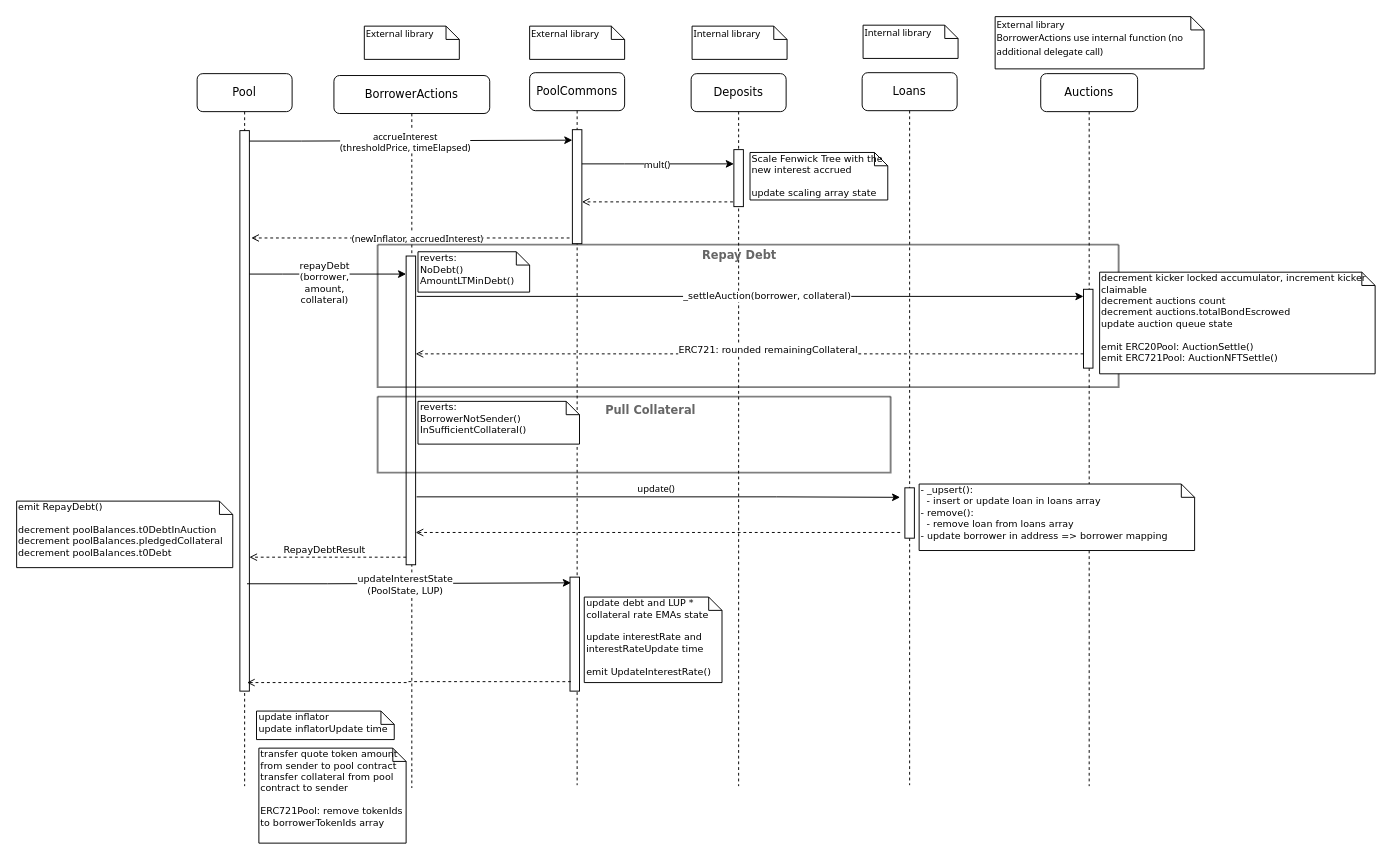
Earlier version of the draw.io diagram docs/drawio/repayDebt.drawio (ajna-finance/ajna-core). Source tidied: cells renumbered, new cells numbered last; positions are measured from the earlier drawing's top-left corner, leaving out a move shared by most shapes. Both pictures are drawn from the tidied source at 95%, with x=0, y=0 at pixel (16, 16).
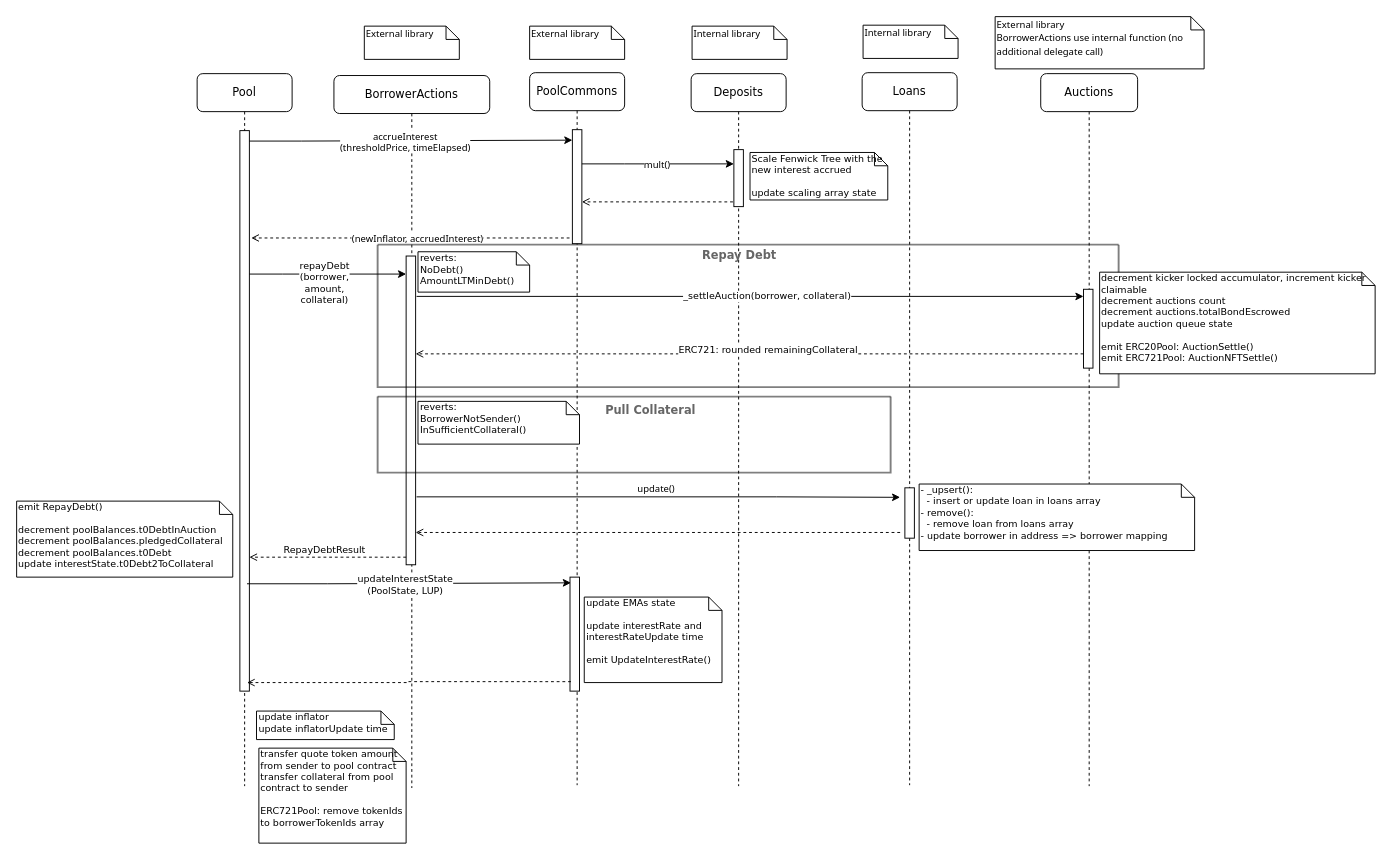
The same diagram, later.

What changed in the source:
```diff
@@
-    <mxCell id="27" value="&lt;div&gt;update debt and LUP * collateral rate EMAs state&lt;/div&gt;&lt;div&gt;&lt;br&gt;&lt;/div&gt;&lt;div&gt;update interestRate and interestRateUpdate time&lt;br&gt;&lt;/div&gt;&lt;div&gt;&lt;br&gt;&lt;/div&gt;&lt;div&gt;emit UpdateInterestRate()&lt;br&gt;&lt;/div&gt;" style="shape=note;whiteSpace=wrap;html=1;size=14;verticalAlign=top;align=left;spacingTop=-6;rounded=0;shadow=0;comic=0;labelBackgroundColor=none;strokeWidth=1;fontFamily=Verdana;fontSize=10;" parent="1" vertex="1">
+    <mxCell id="27" value="&lt;div&gt;update EMAs state&lt;/div&gt;&lt;div&gt;&lt;br&gt;&lt;/div&gt;&lt;div&gt;update interestRate and interestRateUpdate time&lt;br&gt;&lt;/div&gt;&lt;div&gt;&lt;br&gt;&lt;/div&gt;&lt;div&gt;emit UpdateInterestRate()&lt;br&gt;&lt;/div&gt;" style="shape=note;whiteSpace=wrap;html=1;size=14;verticalAlign=top;align=left;spacingTop=-6;rounded=0;shadow=0;comic=0;labelBackgroundColor=none;strokeWidth=1;fontFamily=Verdana;fontSize=10;" parent="1" vertex="1">
       <mxGeometry x="597.5" y="611" width="145" height="90" as="geometry" />
     </mxCell>
@@
-    <mxCell id="50" value="&lt;div&gt;emit RepayDebt()&lt;/div&gt;&lt;div&gt;&lt;br&gt;&lt;/div&gt;&lt;div&gt;decrement poolBalances.t0DebtInAuction&lt;br&gt;decrement poolBalances.pledgedCollateral &lt;br&gt;decrement poolBalances.t0Debt&lt;br&gt;&lt;/div&gt;" style="shape=note;whiteSpace=wrap;html=1;size=14;verticalAlign=top;align=left;spacingTop=-6;rounded=0;shadow=0;comic=0;labelBackgroundColor=none;strokeWidth=1;fontFamily=Verdana;fontSize=10;" parent="1" vertex="1">
-      <mxGeometry y="510" width="227.5" height="70" as="geometry" />
+    <mxCell id="50" value="&lt;div&gt;emit RepayDebt()&lt;/div&gt;&lt;div&gt;&lt;br&gt;&lt;/div&gt;&lt;div&gt;decrement poolBalances.t0DebtInAuction&lt;br&gt;decrement poolBalances.pledgedCollateral &lt;br&gt;decrement poolBalances.t0Debt&lt;/div&gt;&lt;div&gt;update interestState.t0Debt2ToCollateral&lt;/div&gt;" style="shape=note;whiteSpace=wrap;html=1;size=14;verticalAlign=top;align=left;spacingTop=-6;rounded=0;shadow=0;comic=0;labelBackgroundColor=none;strokeWidth=1;fontFamily=Verdana;fontSize=10;" parent="1" vertex="1">
+      <mxGeometry y="510" width="227.5" height="80" as="geometry" />
     </mxCell>
```
